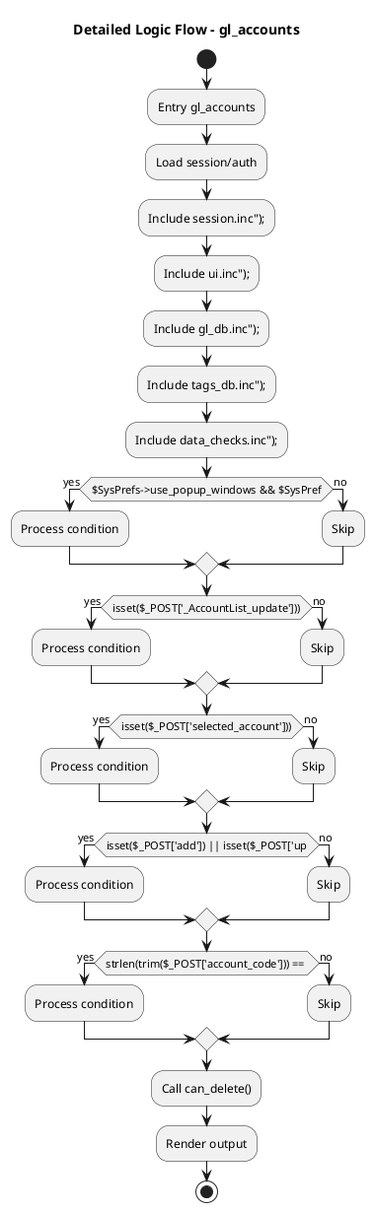
This is gl_manage/FA_UML_Logic_gl_accounts.png from fraserhighlandshoppe/FAAnalysis, a PlantUML export, as it was before one commit.
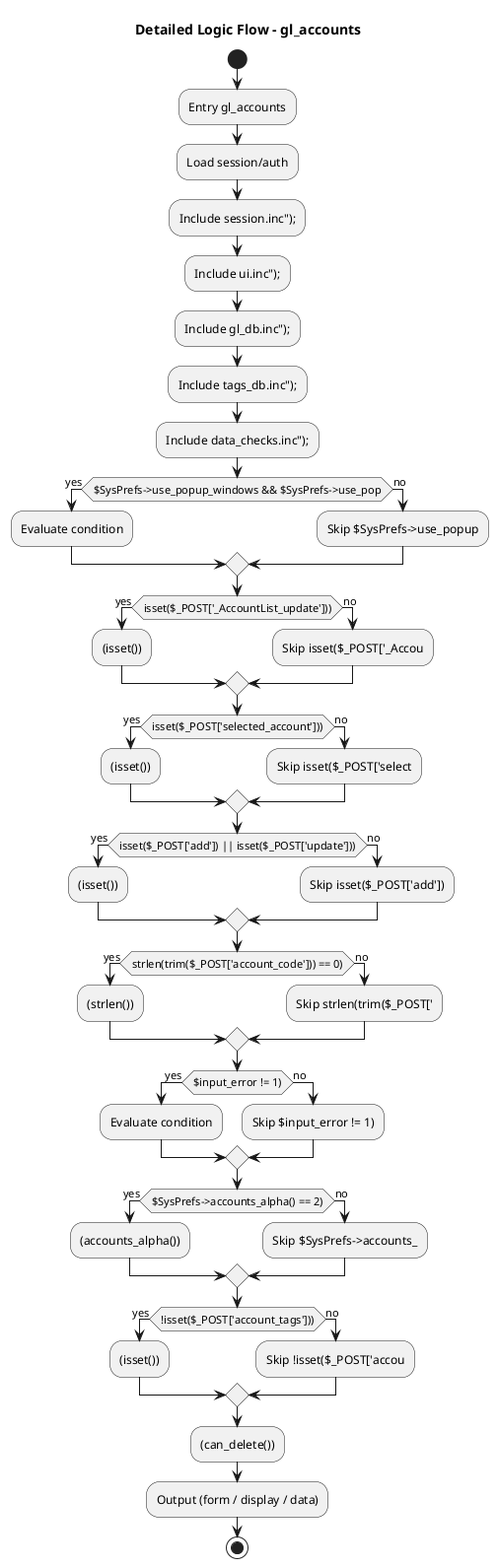
The same diagram one commit later.

What changed in the source:
```diff
@@ -8,32 +8,47 @@
 :Include gl_db.inc");;
 :Include tags_db.inc");;
 :Include data_checks.inc");;
-if ($SysPrefs->use_popup_windows && $SysPref) then (yes)
-  :Process condition;
+if ($SysPrefs->use_popup_windows && $SysPrefs->use_pop) then (yes)
+  :Evaluate condition;
 else (no)
-  :Skip;
+  :Skip $SysPrefs->use_popup;
 endif
 if (isset($_POST['_AccountList_update']))) then (yes)
-  :Process condition;
+  :(isset());
 else (no)
-  :Skip;
+  :Skip isset($_POST['_Accou;
 endif
 if (isset($_POST['selected_account']))) then (yes)
-  :Process condition;
+  :(isset());
 else (no)
-  :Skip;
+  :Skip isset($_POST['select;
 endif
-if (isset($_POST['add']) || isset($_POST['up) then (yes)
-  :Process condition;
+if (isset($_POST['add']) || isset($_POST['update']))) then (yes)
+  :(isset());
 else (no)
-  :Skip;
+  :Skip isset($_POST['add']);
 endif
-if (strlen(trim($_POST['account_code'])) == ) then (yes)
-  :Process condition;
+if (strlen(trim($_POST['account_code'])) == 0)) then (yes)
+  :(strlen());
 else (no)
-  :Skip;
+  :Skip strlen(trim($_POST[';
 endif
-:Call can_delete();
-:Render output;
+if ($input_error != 1)) then (yes)
+  :Evaluate condition;
+else (no)
+  :Skip $input_error != 1);
+endif
+if ($SysPrefs->accounts_alpha() == 2)) then (yes)
+  :(accounts_alpha());
+else (no)
+  :Skip $SysPrefs->accounts_;
+endif
+if (!isset($_POST['account_tags']))) then (yes)
+  :(isset());
+else (no)
+  :Skip !isset($_POST['accou;
+endif
+:(can_delete());
+:Output (form / display / data);
 stop
 @enduml
```
